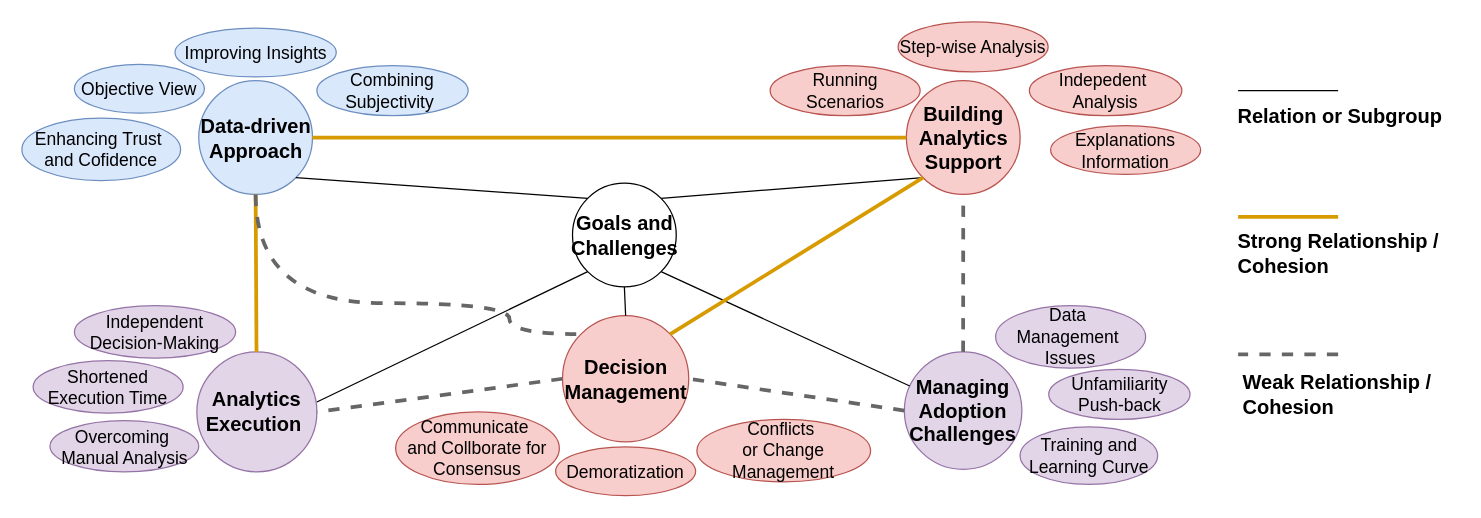
Earlier version of the draw.io diagram ext/biz-findings-coherence.drawio (raeeschaudhary/Coursera_Exams). Source tidied: cells renumbered, new cells numbered last; positions are measured from the earlier drawing's top-left corner, leaving out a move shared by most shapes. Both pictures are drawn from the tidied source at 125%, with x=0, y=0 at pixel (21, 21).
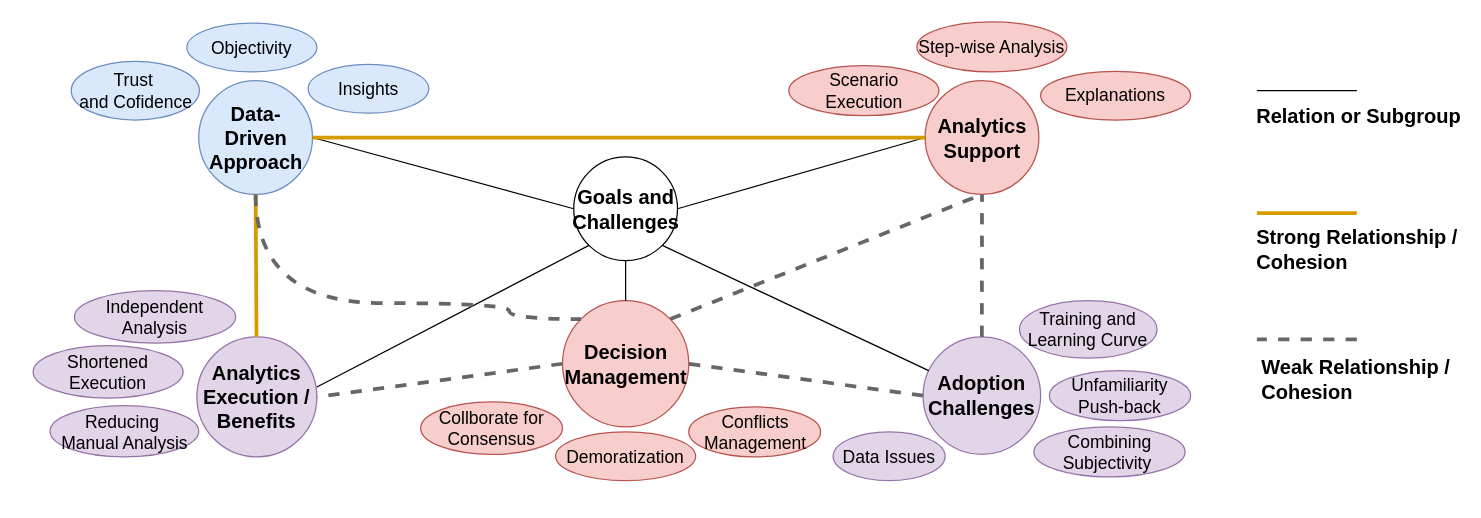
The same page after the edit.

The edit, as a diff of the source:
```diff
@@
-    <mxCell id="2" value="Data-driven Approach" style="ellipse;whiteSpace=wrap;html=1;fontFamily=corbel;fontSize=16;fontStyle=1;fillColor=#dae8fc;strokeColor=#6c8ebf;" parent="1" vertex="1">
+    <mxCell id="2" value="Data-Driven Approach" style="ellipse;whiteSpace=wrap;html=1;fontFamily=corbel;fontSize=16;fontStyle=1;fillColor=#dae8fc;strokeColor=#6c8ebf;" parent="1" vertex="1">
       <mxGeometry x="141.5" y="47" width="91" height="91" as="geometry" />
     </mxCell>
-    <mxCell id="3" value="Building Analytics Support" style="ellipse;whiteSpace=wrap;html=1;fontFamily=corbel;fontSize=16;fontStyle=1;fillColor=#f8cecc;strokeColor=#b85450;" parent="1" vertex="1">
-      <mxGeometry x="707.6" y="47" width="91" height="91" as="geometry" />
+    <mxCell id="3" value="Analytics Support" style="ellipse;whiteSpace=wrap;html=1;fontFamily=corbel;fontSize=16;fontStyle=1;fillColor=#f8cecc;strokeColor=#b85450;" parent="1" vertex="1">
+      <mxGeometry x="722.6" y="47" width="91" height="91" as="geometry" />
     </mxCell>
-    <mxCell id="4" value="Managing Adoption&lt;div&gt;Challenges&lt;/div&gt;" style="ellipse;whiteSpace=wrap;html=1;fontFamily=corbel;fontSize=16;fontStyle=1;fillColor=#e1d5e7;strokeColor=#9673a6;" parent="1" vertex="1">
-      <mxGeometry x="706" y="264" width="94" height="94" as="geometry" />
+    <mxCell id="4" value="Adoption&lt;div&gt;Challenges&lt;/div&gt;" style="ellipse;whiteSpace=wrap;html=1;fontFamily=corbel;fontSize=16;fontStyle=1;fillColor=#e1d5e7;strokeColor=#9673a6;" parent="1" vertex="1">
+      <mxGeometry x="721" y="252" width="94" height="94" as="geometry" />
     </mxCell>
-    <mxCell id="5" value="Analytics Execution&amp;nbsp;" style="ellipse;whiteSpace=wrap;html=1;fontFamily=corbel;fontSize=16;fontStyle=1;fillColor=#e1d5e7;strokeColor=#9673a6;" parent="1" vertex="1">
-      <mxGeometry x="140" y="264" width="96" height="96" as="geometry" />
+    <mxCell id="5" value="Analytics Execution /&lt;br&gt;Benefits" style="ellipse;whiteSpace=wrap;html=1;fontFamily=corbel;fontSize=16;fontStyle=1;fillColor=#e1d5e7;strokeColor=#9673a6;" parent="1" vertex="1">
+      <mxGeometry x="140" y="252" width="96" height="96" as="geometry" />
     </mxCell>
     <mxCell id="6" value="Decision Management" style="ellipse;whiteSpace=wrap;html=1;fontFamily=corbel;fontSize=16;fontStyle=1;fillColor=#f8cecc;strokeColor=#b85450;" parent="1" vertex="1">
-      <mxGeometry x="432.5" y="235" width="101" height="101" as="geometry" />
+      <mxGeometry x="432.5" y="223" width="101" height="101" as="geometry" />
     </mxCell>
-    <mxCell id="7" style="rounded=0;jettySize=auto;html=1;exitX=1;exitY=0;exitDx=0;exitDy=0;entryX=0;entryY=1;entryDx=0;entryDy=0;endArrow=none;endFill=0;fontFamily=corbel;fontSize=14;" parent="1" edge="1" source="8" target="3">
+    <mxCell id="7" style="rounded=0;jettySize=auto;html=1;exitX=1;exitY=0.5;exitDx=0;exitDy=0;entryX=0;entryY=0.5;entryDx=0;entryDy=0;endArrow=none;endFill=0;fontFamily=corbel;fontSize=14;" parent="1" edge="1" source="8" target="3">
       <mxGeometry relative="1" as="geometry" />
     </mxCell>
     <mxCell id="8" value="Goals and Challenges" style="ellipse;whiteSpace=wrap;html=1;fontFamily=corbel;fontSize=16;fontStyle=1;" parent="1" vertex="1">
-      <mxGeometry x="440.5" y="129" width="83" height="83" as="geometry" />
+      <mxGeometry x="441.5" y="108" width="83" height="83" as="geometry" />
     </mxCell>
-    <mxCell id="9" value="Combining Subjectivity&amp;nbsp;" style="ellipse;whiteSpace=wrap;html=1;fontFamily=corbel;fontSize=14;fillColor=#dae8fc;strokeColor=#6c8ebf;" parent="1" vertex="1">
-      <mxGeometry x="236" y="35" width="121" height="40" as="geometry" />
+    <mxCell id="9" value="Combining Subjectivity&amp;nbsp;" style="ellipse;whiteSpace=wrap;html=1;fontFamily=corbel;fontSize=14;fillColor=#e1d5e7;strokeColor=#9673a6;" parent="1" vertex="1">
+      <mxGeometry x="809.6" y="324" width="121" height="40" as="geometry" />
     </mxCell>
-    <mxCell id="10" value="Running Scenarios" style="ellipse;whiteSpace=wrap;html=1;fontFamily=corbel;fontSize=14;fillColor=#f8cecc;strokeColor=#b85450;" parent="1" vertex="1">
-      <mxGeometry x="598.6" y="35" width="120" height="40" as="geometry" />
+    <mxCell id="10" value="Scenario Execution" style="ellipse;whiteSpace=wrap;html=1;fontFamily=corbel;fontSize=14;fillColor=#f8cecc;strokeColor=#b85450;" parent="1" vertex="1">
+      <mxGeometry x="613.6" y="35" width="120" height="40" as="geometry" />
     </mxCell>
     <mxCell id="11" value="Step-wise Analysis" style="ellipse;whiteSpace=wrap;html=1;fontFamily=corbel;fontSize=14;fillColor=#f8cecc;strokeColor=#b85450;" parent="1" vertex="1">
-      <mxGeometry x="701" width="120" height="40" as="geometry" />
+      <mxGeometry x="716" width="120" height="40" as="geometry" />
     </mxCell>
-    <mxCell id="12" value="Indepedent&amp;nbsp;&lt;div&gt;Analysis&lt;/div&gt;" style="ellipse;whiteSpace=wrap;html=1;fontFamily=corbel;fontSize=14;fillColor=#f8cecc;strokeColor=#b85450;" parent="1" vertex="1">
-      <mxGeometry x="806" y="35" width="122" height="40" as="geometry" />
-    </mxCell>
-    <mxCell id="13" value="Overcoming&amp;nbsp;&lt;div&gt;Manual Analysis&lt;/div&gt;" style="ellipse;whiteSpace=wrap;html=1;fontFamily=corbel;fontSize=14;fillColor=#e1d5e7;strokeColor=#9673a6;" parent="1" vertex="1">
-      <mxGeometry x="22.5" y="319" width="119" height="41" as="geometry" />
+    <mxCell id="13" value="Reducing&amp;nbsp;&lt;div&gt;Manual Analysis&lt;/div&gt;" style="ellipse;whiteSpace=wrap;html=1;fontFamily=corbel;fontSize=14;fillColor=#e1d5e7;strokeColor=#9673a6;" parent="1" vertex="1">
+      <mxGeometry x="22.5" y="307" width="119" height="41" as="geometry" />
     </mxCell>
-    <mxCell id="14" style="rounded=0;jettySize=auto;html=1;exitX=1;exitY=1;exitDx=0;exitDy=0;entryX=0;entryY=0;entryDx=0;entryDy=0;endArrow=none;endFill=0;fontFamily=corbel;fontSize=14;" parent="1" edge="1" source="2" target="8">
+    <mxCell id="14" style="rounded=0;jettySize=auto;html=1;exitX=1;exitY=0.5;exitDx=0;exitDy=0;entryX=0;entryY=0.5;entryDx=0;entryDy=0;endArrow=none;endFill=0;fontFamily=corbel;fontSize=14;" parent="1" edge="1" source="2" target="8">
       <mxGeometry relative="1" as="geometry" />
     </mxCell>
-    <mxCell id="15" value="Objective View" style="ellipse;whiteSpace=wrap;html=1;fontFamily=corbel;fontSize=14;fillColor=#dae8fc;strokeColor=#6c8ebf;" parent="1" vertex="1">
-      <mxGeometry x="42" y="34" width="104" height="39" as="geometry" />
+    <mxCell id="15" value="Objectivity" style="ellipse;whiteSpace=wrap;html=1;fontFamily=corbel;fontSize=14;fillColor=#dae8fc;strokeColor=#6c8ebf;" parent="1" vertex="1">
+      <mxGeometry x="132" y="1" width="104" height="39" as="geometry" />
     </mxCell>
-    <mxCell id="16" value="Improving Insights" style="ellipse;whiteSpace=wrap;html=1;fontFamily=corbel;fontSize=14;fillColor=#dae8fc;strokeColor=#6c8ebf;" parent="1" vertex="1">
-      <mxGeometry x="122.5" y="5" width="129" height="39" as="geometry" />
+    <mxCell id="16" value="Insights" style="ellipse;whiteSpace=wrap;html=1;fontFamily=corbel;fontSize=14;fillColor=#dae8fc;strokeColor=#6c8ebf;" parent="1" vertex="1">
+      <mxGeometry x="229" y="34" width="96.5" height="39" as="geometry" />
     </mxCell>
-    <mxCell id="17" value="Enhancing&amp;nbsp;&lt;span style=&quot;background-color: transparent; color: light-dark(rgb(0, 0, 0), rgb(255, 255, 255));&quot;&gt;Trust&amp;nbsp;&lt;/span&gt;&lt;div&gt;&lt;span style=&quot;background-color: transparent; color: light-dark(rgb(0, 0, 0), rgb(255, 255, 255));&quot;&gt;and&amp;nbsp;&lt;/span&gt;&lt;span style=&quot;background-color: transparent; color: light-dark(rgb(0, 0, 0), rgb(255, 255, 255));&quot;&gt;Cofidence&lt;/span&gt;&lt;/div&gt;" style="ellipse;whiteSpace=wrap;html=1;fontFamily=corbel;fontSize=14;fillColor=#dae8fc;strokeColor=#6c8ebf;" parent="1" vertex="1">
-      <mxGeometry y="77" width="127" height="50" as="geometry" />
+    <mxCell id="17" value="&lt;span style=&quot;background-color: transparent; color: light-dark(rgb(0, 0, 0), rgb(255, 255, 255));&quot;&gt;Trust&amp;nbsp;&lt;/span&gt;&lt;div&gt;&lt;span style=&quot;background-color: transparent; color: light-dark(rgb(0, 0, 0), rgb(255, 255, 255));&quot;&gt;and&amp;nbsp;&lt;/span&gt;&lt;span style=&quot;background-color: transparent; color: light-dark(rgb(0, 0, 0), rgb(255, 255, 255));&quot;&gt;Cofidence&lt;/span&gt;&lt;/div&gt;" style="ellipse;whiteSpace=wrap;html=1;fontFamily=corbel;fontSize=14;fillColor=#dae8fc;strokeColor=#6c8ebf;" parent="1" vertex="1">
+      <mxGeometry x="39.5" y="31.5" width="102.5" height="47" as="geometry" />
     </mxCell>
@@
-    <mxCell id="19" value="Independent Decision-Making" style="ellipse;whiteSpace=wrap;html=1;fontFamily=corbel;fontSize=14;fillColor=#e1d5e7;strokeColor=#9673a6;" parent="1" vertex="1">
-      <mxGeometry x="42" y="227" width="129" height="42" as="geometry" />
+    <mxCell id="19" value="Independent Analysis" style="ellipse;whiteSpace=wrap;html=1;fontFamily=corbel;fontSize=14;fillColor=#e1d5e7;strokeColor=#9673a6;" parent="1" vertex="1">
+      <mxGeometry x="42" y="215" width="129" height="42" as="geometry" />
     </mxCell>
-    <mxCell id="20" value="Shortened Execution Time" style="ellipse;whiteSpace=wrap;html=1;fontFamily=corbel;fontSize=14;fillColor=#e1d5e7;strokeColor=#9673a6;" parent="1" vertex="1">
-      <mxGeometry x="9" y="271" width="120" height="42" as="geometry" />
+    <mxCell id="20" value="Shortened Execution" style="ellipse;whiteSpace=wrap;html=1;fontFamily=corbel;fontSize=14;fillColor=#e1d5e7;strokeColor=#9673a6;" parent="1" vertex="1">
+      <mxGeometry x="9" y="259" width="120" height="42" as="geometry" />
     </mxCell>
-    <mxCell id="21" value="&lt;div&gt;Explanations&lt;/div&gt;&lt;div&gt;Information&lt;/div&gt;" style="ellipse;whiteSpace=wrap;html=1;fontFamily=corbel;fontSize=14;fillColor=#f8cecc;strokeColor=#b85450;" parent="1" vertex="1">
-      <mxGeometry x="823" y="83" width="120" height="39" as="geometry" />
+    <mxCell id="21" value="&lt;div&gt;Explanations&lt;/div&gt;" style="ellipse;whiteSpace=wrap;html=1;fontFamily=corbel;fontSize=14;fillColor=#f8cecc;strokeColor=#b85450;" parent="1" vertex="1">
+      <mxGeometry x="815" y="39.5" width="120" height="39" as="geometry" />
     </mxCell>
@@
-    <mxCell id="23" value="Data&amp;nbsp;&lt;div&gt;Management&amp;nbsp;&lt;/div&gt;&lt;div&gt;Issues&lt;/div&gt;" style="ellipse;whiteSpace=wrap;html=1;fontFamily=corbel;fontSize=14;fillColor=#e1d5e7;strokeColor=#9673a6;" parent="1" vertex="1">
-      <mxGeometry x="779" y="227" width="120" height="50" as="geometry" />
+    <mxCell id="23" value="Data&amp;nbsp;&lt;span style=&quot;background-color: transparent; color: light-dark(rgb(0, 0, 0), rgb(255, 255, 255));&quot;&gt;Issues&lt;/span&gt;" style="ellipse;whiteSpace=wrap;html=1;fontFamily=corbel;fontSize=14;fillColor=#e1d5e7;strokeColor=#9673a6;" parent="1" vertex="1">
+      <mxGeometry x="649" y="328" width="89.6" height="39" as="geometry" />
     </mxCell>
-    <mxCell id="24" value="Communicate&amp;nbsp;&lt;div&gt;and Collborate for Consensus&lt;/div&gt;" style="ellipse;whiteSpace=wrap;html=1;fontFamily=corbel;fontSize=14;fillColor=#f8cecc;strokeColor=#b85450;" parent="1" vertex="1">
-      <mxGeometry x="299" y="312" width="131" height="58" as="geometry" />
+    <mxCell id="24" value="&lt;div&gt;Collborate for Consensus&lt;/div&gt;" style="ellipse;whiteSpace=wrap;html=1;fontFamily=corbel;fontSize=14;fillColor=#f8cecc;strokeColor=#b85450;" parent="1" vertex="1">
+      <mxGeometry x="319" y="304" width="113.5" height="42" as="geometry" />
     </mxCell>
-    <mxCell id="25" value="Conflicts&amp;nbsp;&lt;div&gt;or&amp;nbsp;&lt;span style=&quot;background-color: transparent; color: light-dark(rgb(0, 0, 0), rgb(255, 255, 255));&quot;&gt;Change Management&lt;/span&gt;&lt;/div&gt;" style="ellipse;whiteSpace=wrap;html=1;fontFamily=corbel;fontSize=14;fillColor=#f8cecc;strokeColor=#b85450;" parent="1" vertex="1">
-      <mxGeometry x="540" y="318" width="139" height="50" as="geometry" />
+    <mxCell id="25" value="Conflicts&lt;div&gt;&lt;span style=&quot;background-color: transparent; color: light-dark(rgb(0, 0, 0), rgb(255, 255, 255));&quot;&gt;Management&lt;/span&gt;&lt;/div&gt;" style="ellipse;whiteSpace=wrap;html=1;fontFamily=corbel;fontSize=14;fillColor=#f8cecc;strokeColor=#b85450;" parent="1" vertex="1">
+      <mxGeometry x="533.5" y="308" width="105.5" height="40" as="geometry" />
     </mxCell>
     <mxCell id="26" value="&lt;div&gt;Demoratization&lt;/div&gt;" style="ellipse;whiteSpace=wrap;html=1;fontFamily=corbel;fontSize=14;fillColor=#f8cecc;strokeColor=#b85450;" parent="1" vertex="1">
-      <mxGeometry x="427" y="340" width="112" height="39" as="geometry" />
+      <mxGeometry x="427" y="328" width="112" height="39" as="geometry" />
     </mxCell>
     <mxCell id="27" value="Training and Learning Curve" style="ellipse;whiteSpace=wrap;html=1;fontFamily=corbel;fontSize=14;fillColor=#e1d5e7;strokeColor=#9673a6;" parent="1" vertex="1">
-      <mxGeometry x="798.6" y="324" width="110" height="46" as="geometry" />
+      <mxGeometry x="798.1" y="223" width="110" height="46" as="geometry" />
     </mxCell>
     <mxCell id="28" value="Unfamiliarity Push-back" style="ellipse;whiteSpace=wrap;html=1;fontFamily=corbel;fontSize=14;fillColor=#e1d5e7;strokeColor=#9673a6;" parent="1" vertex="1">
-      <mxGeometry x="821.5" y="278" width="113" height="40" as="geometry" />
+      <mxGeometry x="822" y="279" width="113" height="40" as="geometry" />
     </mxCell>
-    <mxCell id="29" style="rounded=0;jettySize=auto;html=1;entryX=0.5;entryY=1;entryDx=0;entryDy=0;endArrow=none;endFill=0;fontFamily=corbel;fontSize=14;exitX=0.5;exitY=0;exitDx=0;exitDy=0;" parent="1" edge="1" source="6" target="8">
+    <mxCell id="29" style="rounded=0;jettySize=auto;html=1;endArrow=none;endFill=0;fontFamily=corbel;fontSize=14;exitX=0.5;exitY=0;exitDx=0;exitDy=0;entryX=0.5;entryY=1;entryDx=0;entryDy=0;" parent="1" edge="1" source="6" target="8">
       <mxGeometry relative="1" as="geometry" />
     </mxCell>
     <mxCell id="30" style="rounded=0;orthogonalLoop=1;jettySize=auto;html=1;endArrow=none;endFill=0;fontFamily=corbel;fontSize=14;" parent="1" edge="1">
       <mxGeometry relative="1" as="geometry">
-        <mxPoint x="1053" y="55" as="sourcePoint" />
-        <mxPoint x="973" y="55" as="targetPoint" />
+        <mxPoint x="1068" y="55" as="sourcePoint" />
+        <mxPoint x="988" y="55" as="targetPoint" />
       </mxGeometry>
     </mxCell>
     <mxCell id="31" style="rounded=0;orthogonalLoop=1;jettySize=auto;html=1;endArrow=none;endFill=0;fontFamily=corbel;fontSize=14;strokeWidth=3;strokeColor=#d79b00;fillColor=#ffe6cc;" parent="1" edge="1">
       <mxGeometry relative="1" as="geometry">
-        <mxPoint x="973" y="156" as="sourcePoint" />
-        <mxPoint x="1053" y="156" as="targetPoint" />
+        <mxPoint x="988" y="153" as="sourcePoint" />
+        <mxPoint x="1068" y="153" as="targetPoint" />
         <Array as="points">
-          <mxPoint x="1013" y="156" />
+          <mxPoint x="1028" y="153" />
         </Array>
       </mxGeometry>
     </mxCell>
     <mxCell id="32" style="rounded=0;orthogonalLoop=1;jettySize=auto;html=1;endArrow=none;endFill=0;fontFamily=corbel;fontSize=14;strokeWidth=3;strokeColor=#666666;dashed=1;" parent="1" edge="1">
       <mxGeometry relative="1" as="geometry">
-        <mxPoint x="1053" y="266" as="sourcePoint" />
-        <mxPoint x="973" y="266" as="targetPoint" />
+        <mxPoint x="1068" y="254" as="sourcePoint" />
+        <mxPoint x="988" y="254" as="targetPoint" />
       </mxGeometry>
     </mxCell>
@@
-    <mxCell id="36" style="rounded=0;jettySize=auto;html=1;endArrow=none;endFill=0;fontFamily=corbel;fontSize=14;strokeWidth=3;strokeColor=#d79b00;exitX=0;exitY=1;exitDx=0;exitDy=0;entryX=1;entryY=0;entryDx=0;entryDy=0;fillColor=#ffe6cc;" parent="1" edge="1" source="3" target="6">
-      <mxGeometry relative="1" as="geometry" />
-    </mxCell>
@@
     <mxCell id="39" value="Relation or Subgroup" style="text;html=1;align=left;verticalAlign=middle;strokeColor=none;fillColor=none;fontSize=16;fontFamily=corbel;fontStyle=1;" parent="1" vertex="1">
-      <mxGeometry x="971" y="60" width="160" height="30" as="geometry" />
+      <mxGeometry x="986" y="60" width="160" height="30" as="geometry" />
     </mxCell>
     <mxCell id="40" value="Strong Relationship /&lt;div&gt;Cohesion&lt;/div&gt;" style="text;html=1;align=left;verticalAlign=middle;strokeColor=none;fillColor=none;fontSize=16;fontFamily=corbel;fontStyle=1;" parent="1" vertex="1">
-      <mxGeometry x="971" y="160" width="160" height="50" as="geometry" />
+      <mxGeometry x="986" y="157" width="160" height="50" as="geometry" />
     </mxCell>
     <mxCell id="41" value="Weak Relationship /&lt;div&gt;Cohesion&lt;/div&gt;" style="text;html=1;align=left;verticalAlign=middle;strokeColor=none;fillColor=none;fontSize=16;fontFamily=corbel;fontStyle=1;" parent="1" vertex="1">
-      <mxGeometry x="975" y="273" width="150" height="50" as="geometry" />
+      <mxGeometry x="990" y="261" width="150" height="50" as="geometry" />
     </mxCell>
@@
+    <mxCell id="43" style="rounded=0;jettySize=auto;html=1;endArrow=none;endFill=0;fontFamily=corbel;fontSize=14;strokeWidth=3;strokeColor=#666666;dashed=1;entryX=0.5;entryY=1;entryDx=0;entryDy=0;exitX=1;exitY=0;exitDx=0;exitDy=0;" parent="1" edge="1" source="6" target="3">
+      <mxGeometry relative="1" as="geometry" />
+    </mxCell>
```
